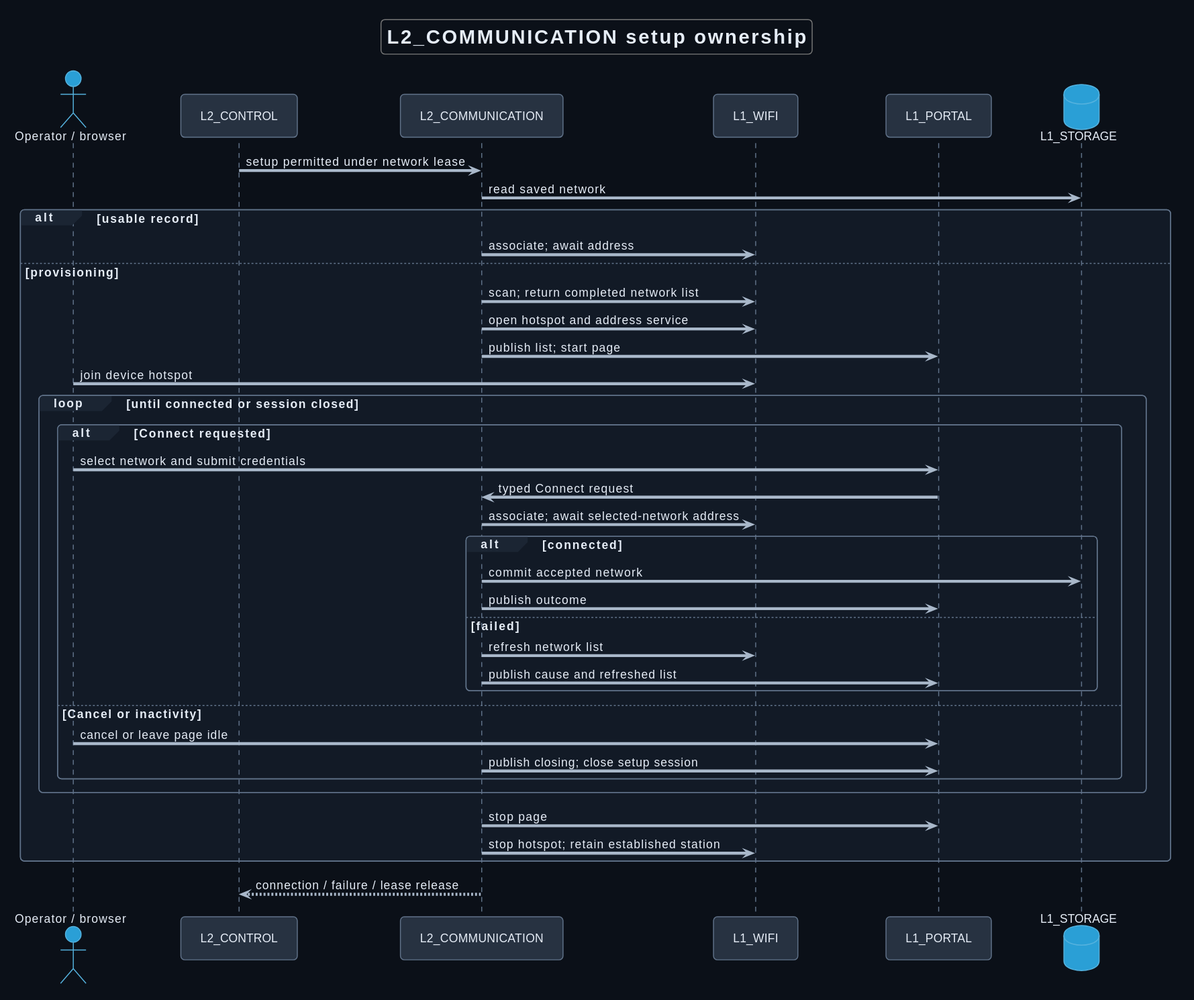
DemonicPsychoII/DigitalStethoscope keeps this PlantUML diagram as Development/system/architecture/COMMUNICATION/rendered/setup_sequence.svg. Above is the earlier version.
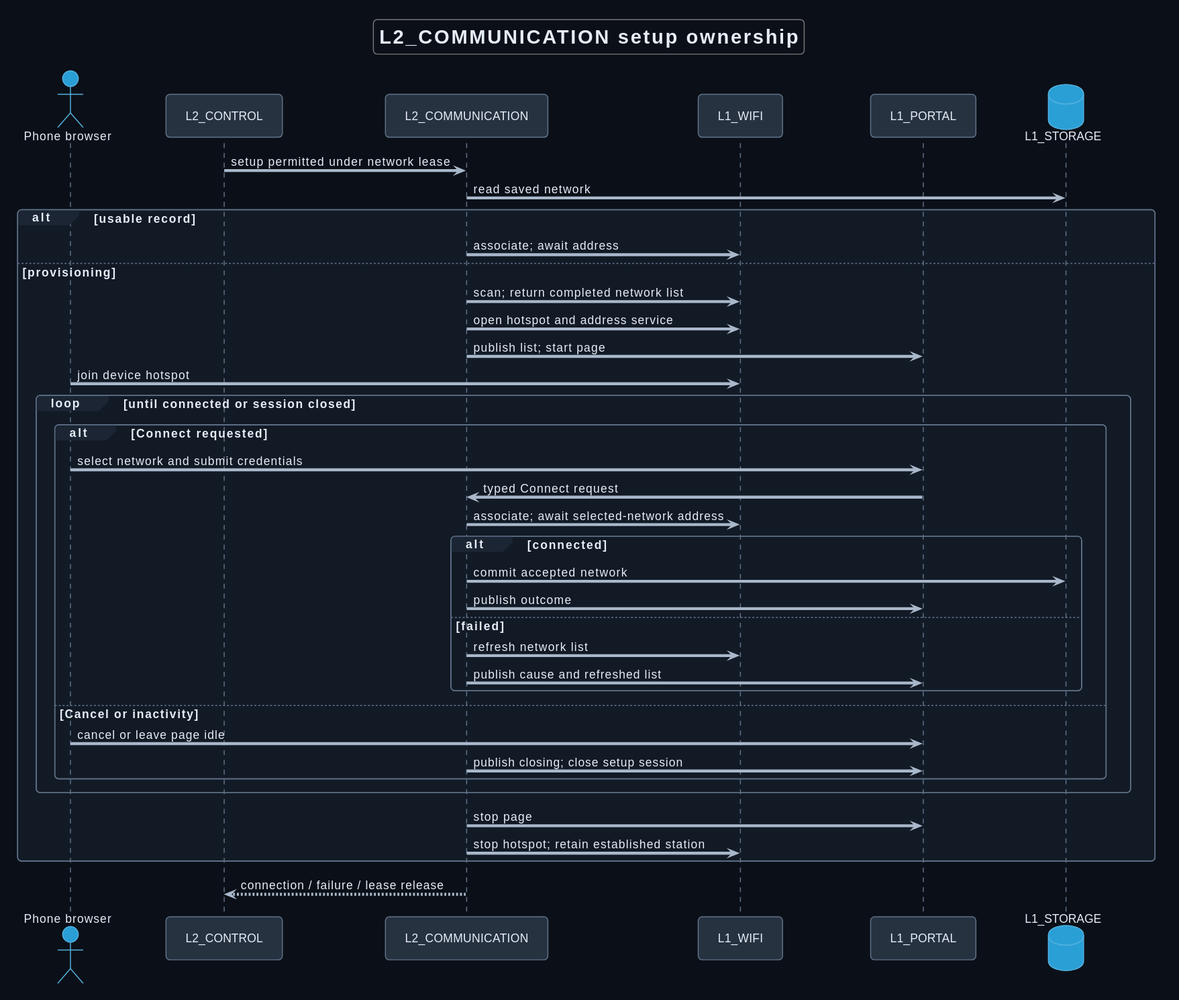
After the change.

What changed in the source:
```diff
@@ -16,7 +16,7 @@
 }
 skinparam sequenceGroupBodyBackGroundColor #121a26
 title L2_COMMUNICATION setup ownership
-actor "Operator / browser" as Operator
+actor "Phone browser" as Operator
 participant "L2_CONTROL" as CONTROL
 participant "L2_COMMUNICATION" as COMMUNICATION
 participant "L1_WIFI" as WIFI
```
